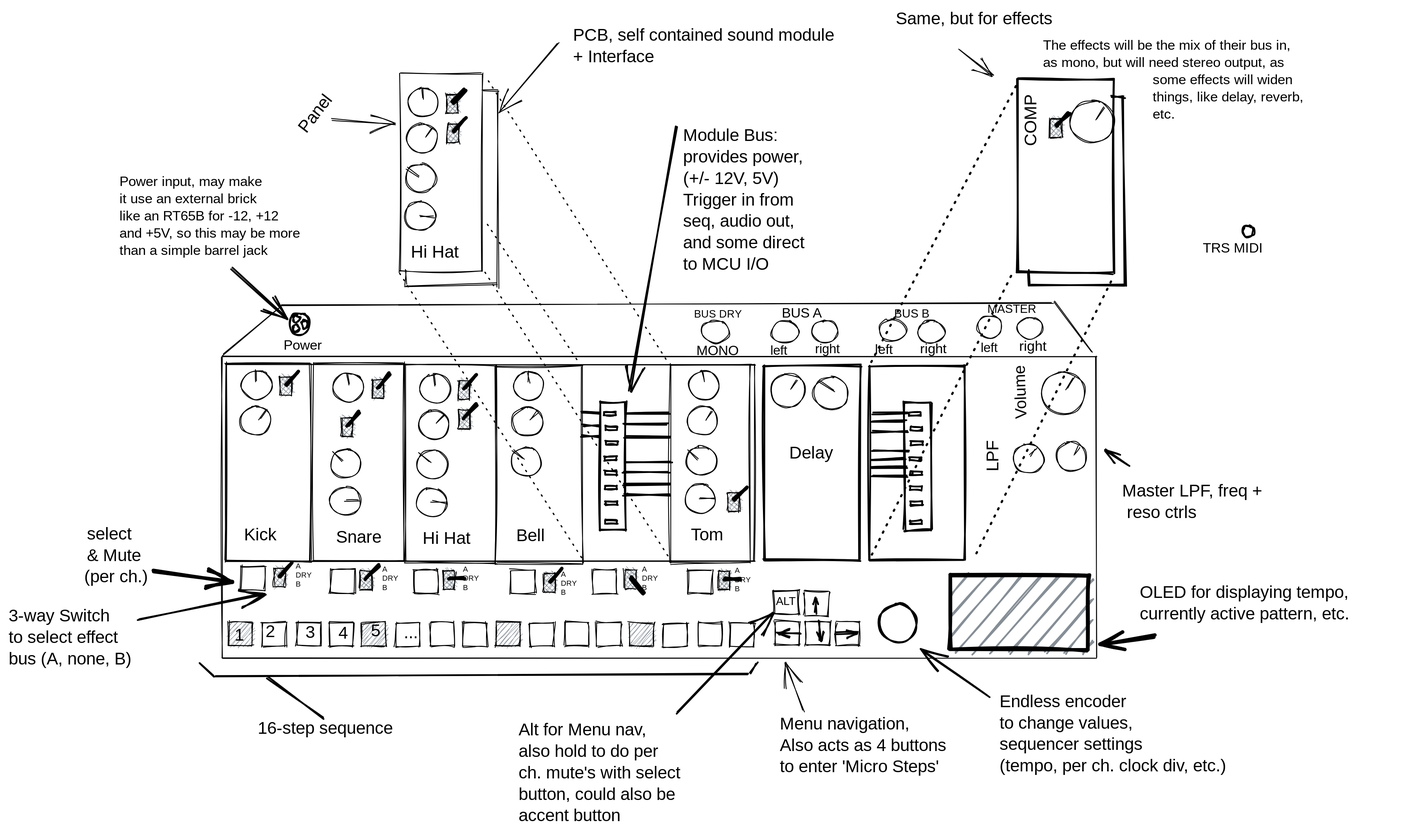
VegaDeftwing/AnalogDrumMachine keeps this Excalidraw diagram as exclidraw.svg. Above is the earlier version. Source tidied: one line per element, renumbered; positions are measured from the earlier drawing's top-left corner, leaving out a move shared by most shapes.
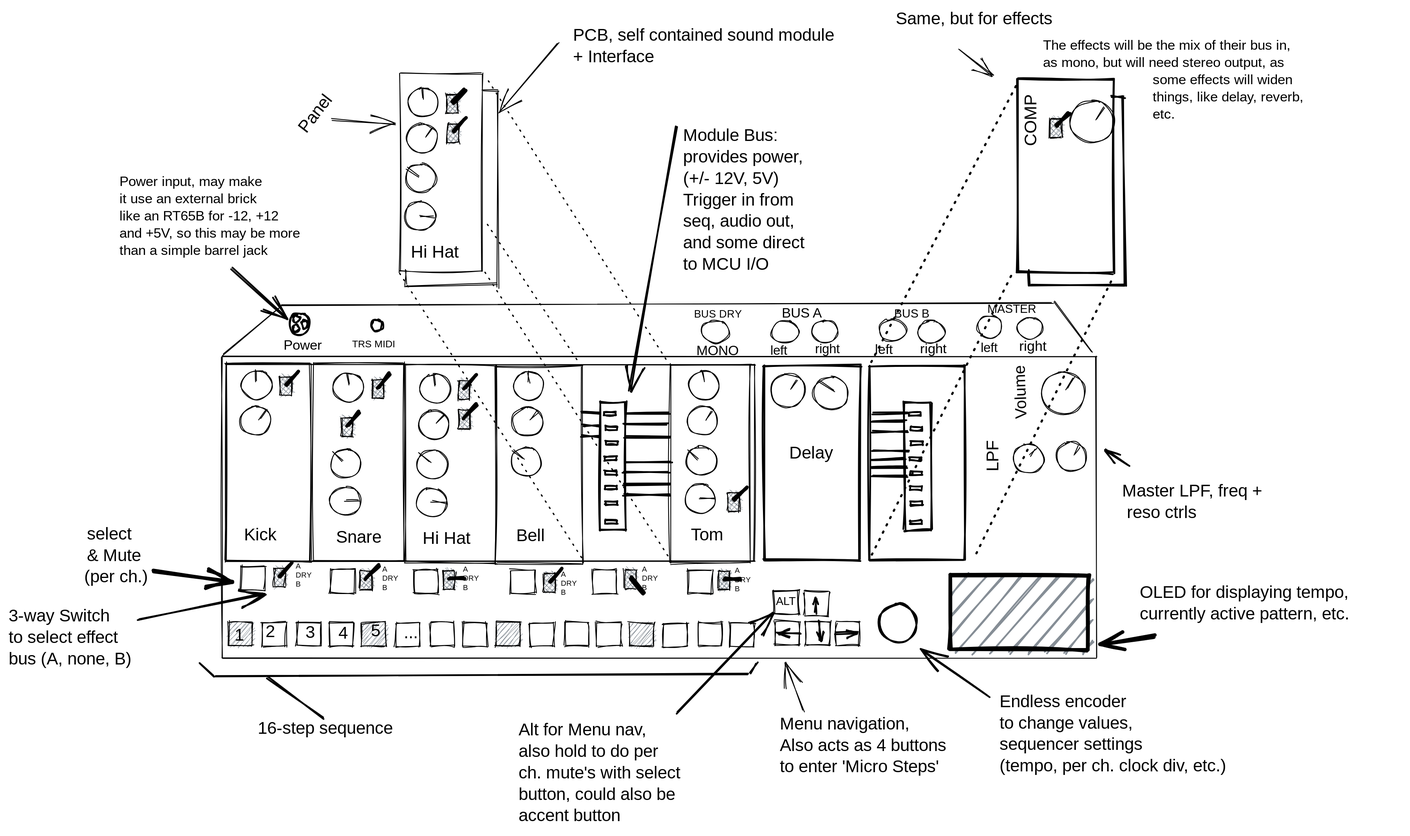
Later version of the same file.

Commit message:
quick mock up fix, the fourth - TRS MIDI floating

What changed in the source:
```diff
@@ -223,8 +223,8 @@
 {"id": 222, "type": "ellipse", "strokeColor": "#000000", "strokeWidth": 2, "roughness": 1, "x": 331, "y": 356, "width": 8, "height": 9}
 {"id": 223, "type": "ellipse", "strokeColor": "#000000", "strokeWidth": 2, "roughness": 1, "x": 341, "y": 363, "width": 8, "height": 9}
 {"id": 224, "type": "ellipse", "strokeColor": "#000000", "strokeWidth": 2, "roughness": 1, "x": 331, "y": 368, "width": 8, "height": 9}
-{"id": 225, "type": "ellipse", "strokeColor": "#000000", "angle": 0.03, "strokeWidth": 2, "roughness": 1, "x": 1436, "y": 252, "width": 13, "height": 13}
+{"id": 225, "type": "ellipse", "strokeColor": "#000000", "angle": 0.03, "strokeWidth": 2, "roughness": 1, "x": 422, "y": 362, "width": 13, "height": 13}
-{"id": 226, "type": "text", "text": "TRS MIDI", "strokeColor": "#000000", "strokeWidth": 2, "roughness": 1, "fontSize": 16, "fontFamily": 1, "x": 1390, "y": 270, "width": 84, "height": 20}
+{"id": 226, "type": "text", "text": "TRS MIDI", "strokeColor": "#000000", "strokeWidth": 2, "roughness": 1, "fontSize": 11.24, "fontFamily": 1, "x": 400, "y": 384, "width": 59, "height": 14}
 {"id": 227, "type": "text", "text": "Power", "strokeColor": "#000000", "strokeWidth": 2, "roughness": 1, "fontSize": 16, "fontFamily": 1, "x": 320, "y": 383, "width": 45, "height": 20}
 {"id": 228, "type": "rectangle", "strokeColor": "#000000", "backgroundColor": "#868e96", "fillStyle": "cross-hatch", "strokeWidth": 1, "roughness": 1, "x": 410, "y": 654, "width": 13, "height": 22}
 {"id": 229, "type": "line", "strokeColor": "#000000", "backgroundColor": "#868e96", "fillStyle": "solid", "strokeWidth": 4, "roughness": 1, "x": 417, "y": 663, "width": 14, "height": 15, "points": [[0, 0], [14, -15]]}
```
